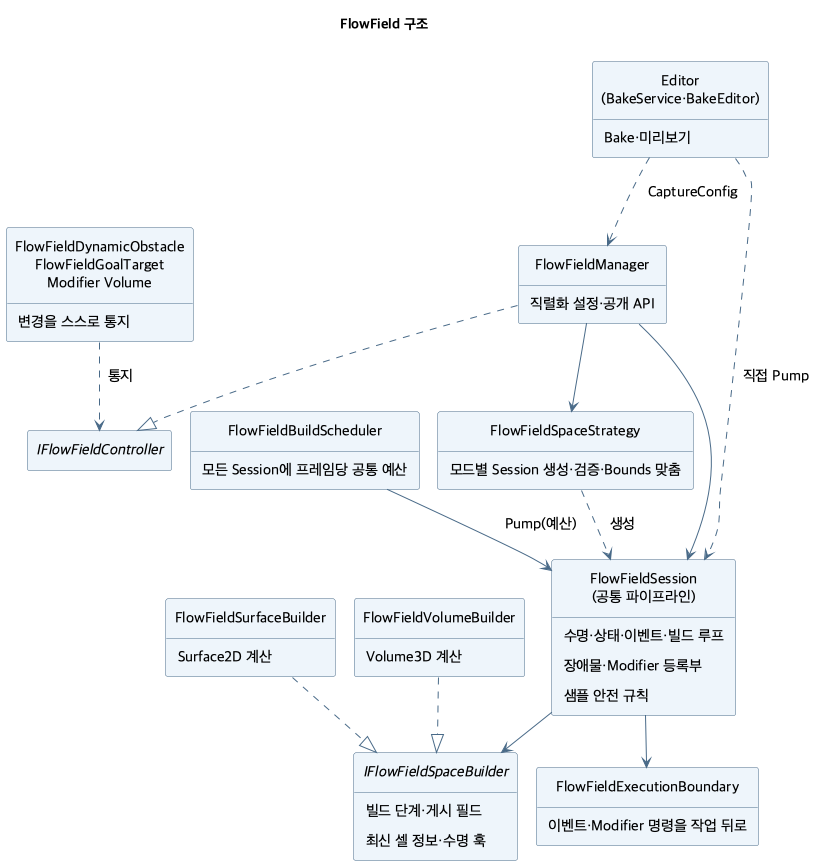
Earlier version of the PlantUML export ToyProject/Assets/_FlowField/Docs/Images/flowfield-structure.png (youwonsock/tool-unity-editor).
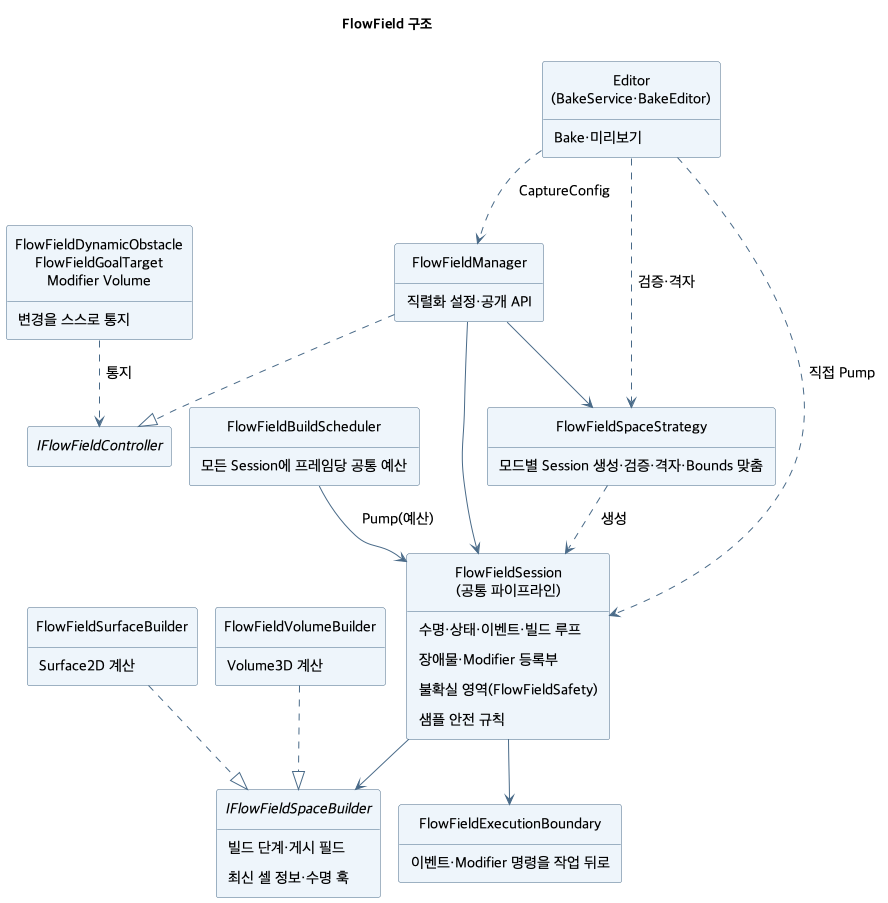
The same diagram one commit later.

Commit message:
README·TechnicalNotes와 PlantUML 3개를 Session 소유 불확실 영역과 한 경로 검사에 맞추고 PNG를 다시 렌더링함

Diff of the diagram source:
```diff
@@ -19,11 +19,12 @@
   직렬화 설정·공개 API
 }
 class FlowFieldSpaceStrategy {
-  모드별 Session 생성·검증·Bounds 맞춤
+  모드별 Session 생성·검증·격자·Bounds 맞춤
 }
 class "FlowFieldSession\n(공통 파이프라인)" as Session {
   수명·상태·이벤트·빌드 루프
   장애물·Modifier 등록부
+  {field} 불확실 영역(FlowFieldSafety)
   샘플 안전 규칙
 }
 interface IFlowFieldSpaceBuilder {
@@ -57,5 +58,6 @@
 FlowFieldBuildScheduler --> Session : Pump(예산)
 Session --> FlowFieldExecutionBoundary
 Editor ..> FlowFieldManager : CaptureConfig
+Editor ..> FlowFieldSpaceStrategy : 검증·격자
 Editor ..> Session : 직접 Pump
 @enduml
```
